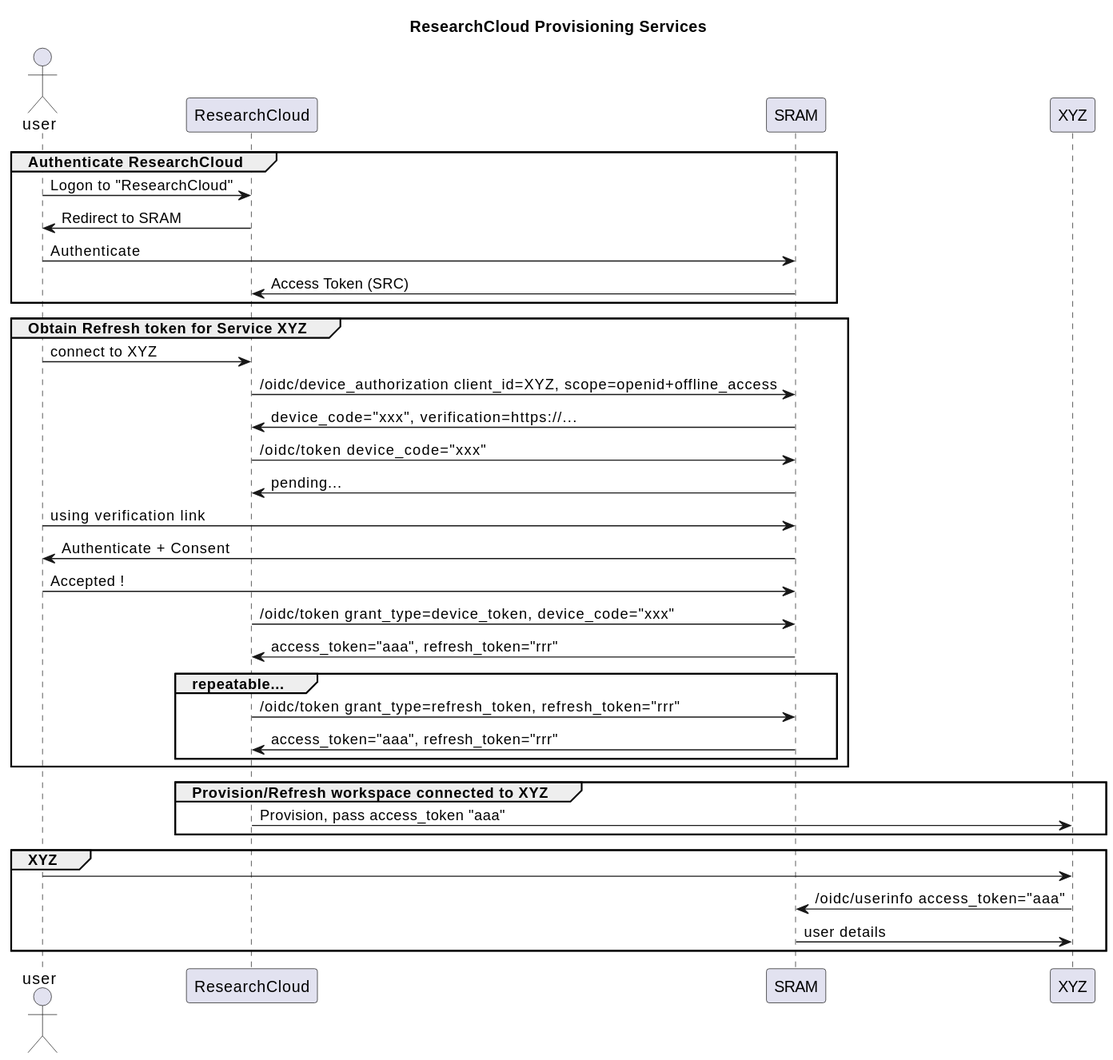
HarryKodden/Token-POC keeps this PlantUML diagram as assets/ResearchCloud.svg. Above is the earlier version.
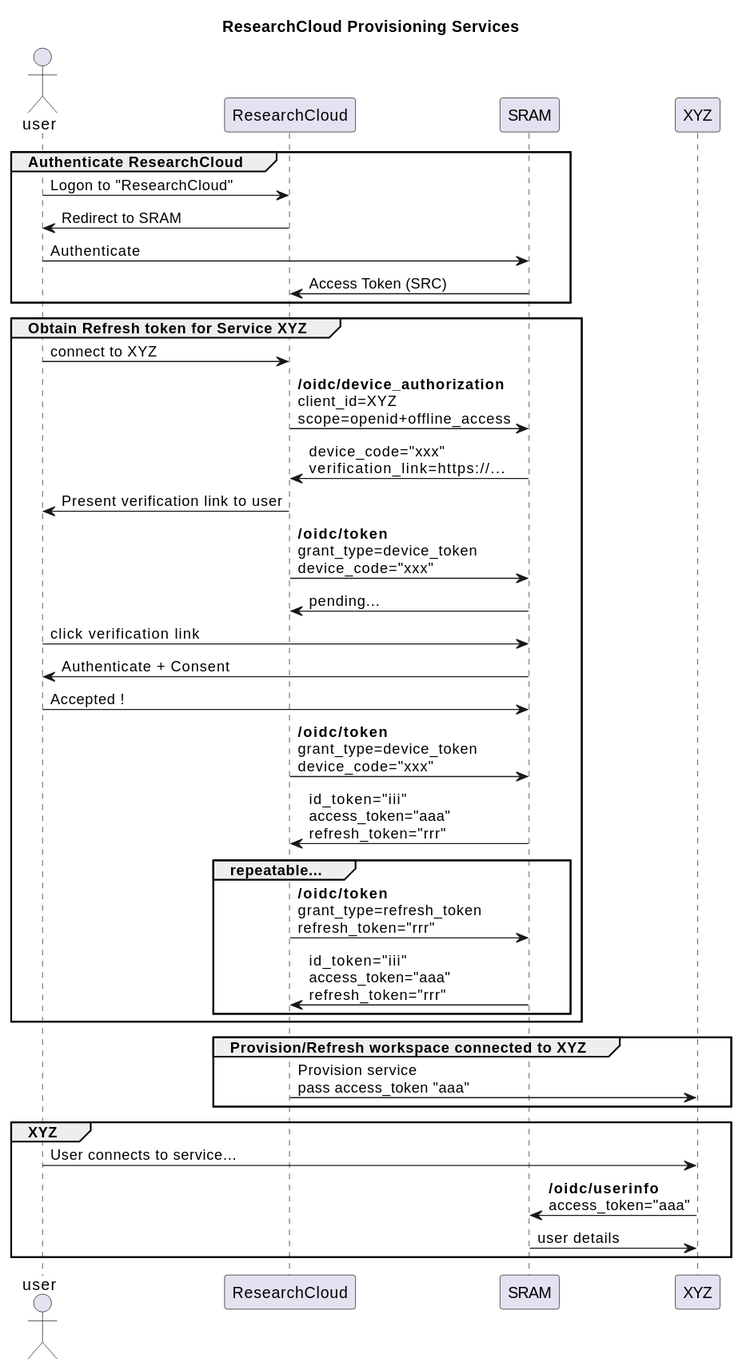
After the change.

Change to the diagram source:
```diff
@@ -15,29 +15,30 @@
 
 group Obtain Refresh token for Service XYZ
 user -> SRC: connect to XYZ
-SRC -> SRAM: /oidc/device_authorization client_id=XYZ, scope=openid+offline_access
-SRC <- SRAM: device_code="xxx", verification=https://...
-SRC -> SRAM: /oidc/token device_code="xxx"
+SRC -> SRAM: **/oidc/device_authorization**\nclient_id=XYZ\nscope=openid+offline_access
+SRC <- SRAM: device_code="xxx"\nverification_link=https://...
+user <- SRC: Present verification link to user
+SRC -> SRAM: **/oidc/token**\ngrant_type=device_token\ndevice_code="xxx"
 SRC <- SRAM: pending...
-user -> SRAM: using verification link
+user -> SRAM: click verification link
 user <- SRAM: Authenticate + Consent
 user -> SRAM: Accepted !
-SRC -> SRAM: /oidc/token grant_type=device_token, device_code="xxx"
+SRC -> SRAM: **/oidc/token**\ngrant_type=device_token\ndevice_code="xxx"
 
-SRC <- SRAM: access_token="aaa", refresh_token="rrr"
+SRC <- SRAM: id_token="iii"\naccess_token="aaa"\nrefresh_token="rrr"
 group repeatable...
-SRC -> SRAM: /oidc/token grant_type=refresh_token, refresh_token="rrr"
-SRC <- SRAM: access_token="aaa", refresh_token="rrr"
+SRC -> SRAM: **/oidc/token**\ngrant_type=refresh_token\nrefresh_token="rrr"
+SRC <- SRAM: id_token="iii"\naccess_token="aaa"\nrefresh_token="rrr"
 end
 end
 
 group Provision/Refresh workspace connected to XYZ
-SRC -> XYZ: Provision, pass access_token "aaa"
+SRC -> XYZ: Provision service\npass access_token "aaa"
 end
 
 group XYZ
-user -> XYZ
-XYZ -> SRAM: /oidc/userinfo access_token="aaa"
+user -> XYZ: User connects to service...
+XYZ -> SRAM: **/oidc/userinfo**\naccess_token="aaa"
 XYZ <- SRAM: user details
 end
 
```
